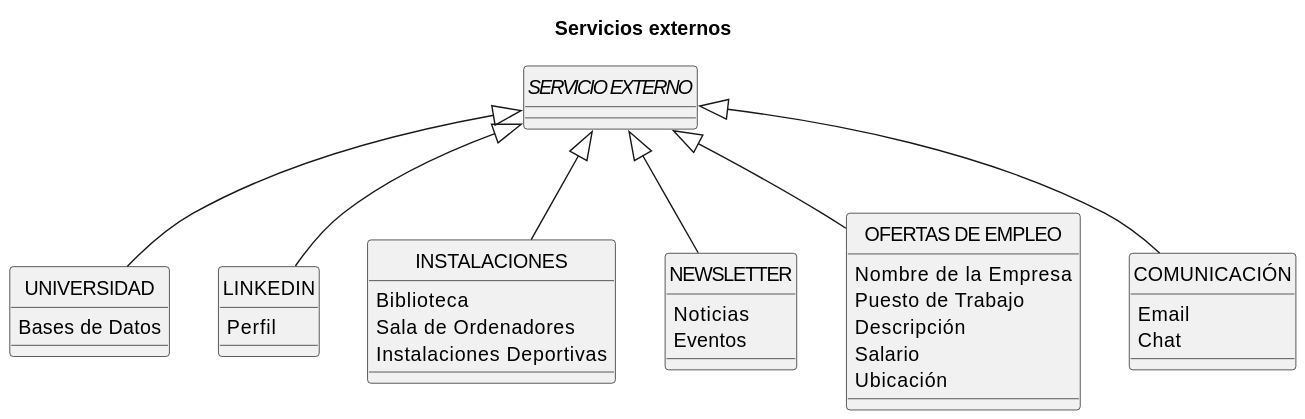
mmasias/23-24-IdSw1-SDR keeps this PlantUML diagram as Modelo_de_Dominio/Diagramas_de_Clases/Diagrama_de_Servicios_Externos/Diagrama_de_Servicios_Externos.svg. Above is the earlier version.
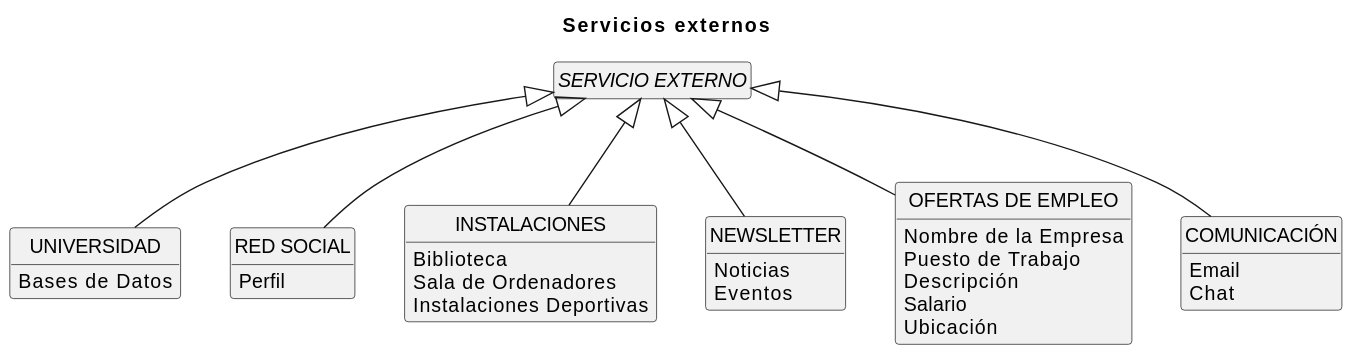
The same file after the commit.

Commit message:
Update diagram: hide empty members and rename class "LINKEDIN" to "RED SOCIAL"

Change to the diagram source:
```diff
@@ -1,10 +1,10 @@
-@startuml AlumniExternalServices
-
+@startuml
 title Servicios externos
 
 skinparam backgroundColor white
 skinparam defaultFontName Arial
 hide circle
+hide empty members
 
 abstract "SERVICIO EXTERNO"
 {
@@ -15,7 +15,7 @@
     Bases de Datos
 }
 
-class LINKEDIN
+class "RED SOCIAL"
 {
     Perfil
 }
@@ -49,10 +49,9 @@
 }
 
 "SERVICIO EXTERNO" <|-- UNIVERSIDAD
-"SERVICIO EXTERNO" <|-- LINKEDIN
+"SERVICIO EXTERNO" <|-- "RED SOCIAL"
 "SERVICIO EXTERNO" <|-- INSTALACIONES
 "SERVICIO EXTERNO" <|-- NEWSLETTER
 "SERVICIO EXTERNO" <|-- "OFERTAS DE EMPLEO"
 "SERVICIO EXTERNO" <|-- COMUNICACIÓN
-
 @enduml
```
